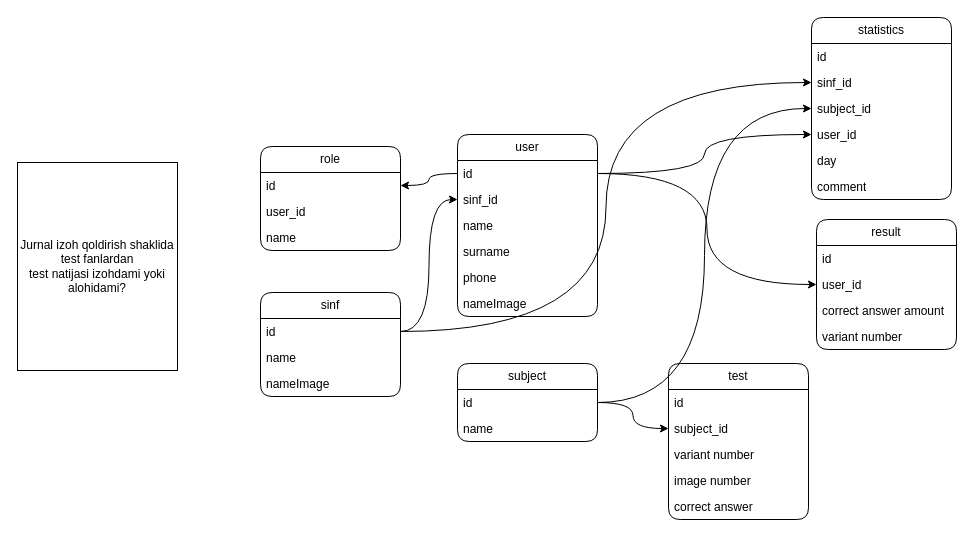
Before: Ixlos.drawio in MardonAslonov/DrawIo, a draw.io diagram. Source tidied: cells renumbered, new cells numbered last; positions are measured from the earlier drawing's top-left corner, leaving out a move shared by most shapes. Both pictures are drawn from the tidied source at 100%, with x=0, y=0 at pixel (17, 17).
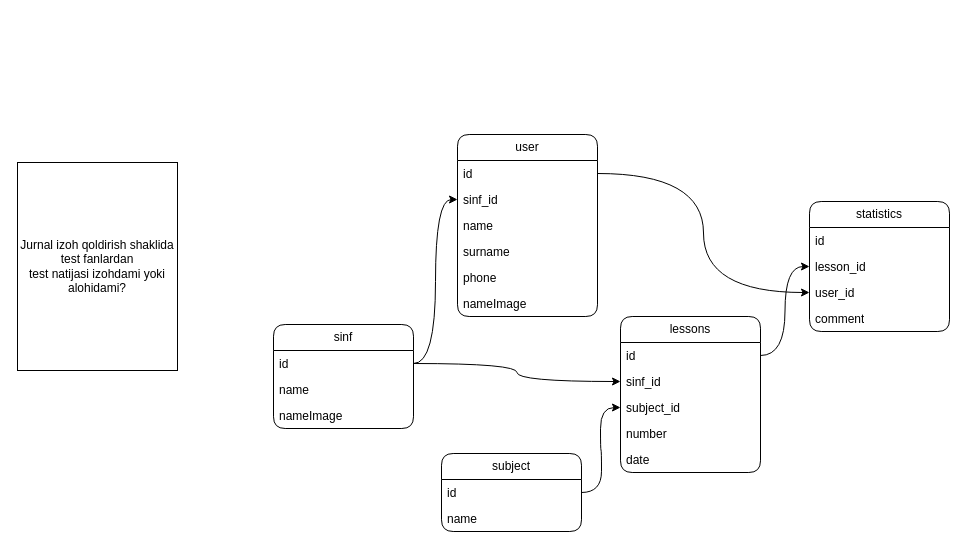
Above is the later version.

The change refers to these unchanged cells:
```xml
<mxCell id="3" value="id" style="text;strokeColor=none;fillColor=none;align=left;verticalAlign=top;spacingLeft=4;spacingRight=4;overflow=hidden;points=[[0,0.5],[1,0.5]];portConstraint=eastwest;whiteSpace=wrap;html=1;" parent="2" vertex="1">
  <mxGeometry y="26" width="140" height="26" as="geometry" />
</mxCell>
<mxCell id="39" value="id" style="text;strokeColor=none;fillColor=none;align=left;verticalAlign=top;spacingLeft=4;spacingRight=4;overflow=hidden;points=[[0,0.5],[1,0.5]];portConstraint=eastwest;whiteSpace=wrap;html=1;" parent="38" vertex="1">
  <mxGeometry y="26" width="140" height="26" as="geometry" />
</mxCell>
```

Diff of the diagram source:
```diff
@@
     <mxCell id="10" value="statistics" style="swimlane;fontStyle=0;horizontal=1;startSize=26;fillColor=none;whiteSpace=wrap;html=1;rounded=1;shadow=0;glass=0;" parent="1" vertex="1">
-      <mxGeometry x="794" width="140" height="182" as="geometry" />
+      <mxGeometry x="792" y="184" width="140" height="130" as="geometry" />
     </mxCell>
@@
-    <mxCell id="12" value="sinf_id" style="text;strokeColor=none;fillColor=none;align=left;verticalAlign=top;spacingLeft=4;spacingRight=4;overflow=hidden;points=[[0,0.5],[1,0.5]];portConstraint=eastwest;whiteSpace=wrap;html=1;" parent="10" vertex="1">
+    <mxCell id="12" value="lesson_id" style="text;strokeColor=none;fillColor=none;align=left;verticalAlign=top;spacingLeft=4;spacingRight=4;overflow=hidden;points=[[0,0.5],[1,0.5]];portConstraint=eastwest;whiteSpace=wrap;html=1;" parent="10" vertex="1">
       <mxGeometry y="52" width="140" height="26" as="geometry" />
     </mxCell>
-    <mxCell id="13" value="subject_id" style="text;strokeColor=none;fillColor=none;align=left;verticalAlign=top;spacingLeft=4;spacingRight=4;overflow=hidden;points=[[0,0.5],[1,0.5]];portConstraint=eastwest;whiteSpace=wrap;html=1;" parent="10" vertex="1">
-      <mxGeometry y="78" width="140" height="26" as="geometry" />
-    </mxCell>
     <mxCell id="14" value="user_id" style="text;strokeColor=none;fillColor=none;align=left;verticalAlign=top;spacingLeft=4;spacingRight=4;overflow=hidden;points=[[0,0.5],[1,0.5]];portConstraint=eastwest;whiteSpace=wrap;html=1;" parent="10" vertex="1">
-      <mxGeometry y="104" width="140" height="26" as="geometry" />
+      <mxGeometry y="78" width="140" height="26" as="geometry" />
     </mxCell>
-    <mxCell id="15" value="day" style="text;strokeColor=none;fillColor=none;align=left;verticalAlign=top;spacingLeft=4;spacingRight=4;overflow=hidden;whiteSpace=wrap;html=1;" parent="10" vertex="1">
-      <mxGeometry y="130" width="140" height="26" as="geometry" />
-    </mxCell>
     <mxCell id="16" value="comment" style="text;strokeColor=none;fillColor=none;align=left;verticalAlign=top;spacingLeft=4;spacingRight=4;overflow=hidden;whiteSpace=wrap;html=1;" parent="10" vertex="1">
-      <mxGeometry y="156" width="140" height="26" as="geometry" />
+      <mxGeometry y="104" width="140" height="26" as="geometry" />
     </mxCell>
-    <mxCell id="17" style="edgeStyle=orthogonalEdgeStyle;rounded=0;jettySize=auto;html=1;curved=1;" parent="1" edge="1" source="18" target="23">
-      <mxGeometry relative="1" as="geometry" />
-    </mxCell>
     <mxCell id="18" value="subject" style="swimlane;fontStyle=0;horizontal=1;startSize=26;fillColor=none;whiteSpace=wrap;html=1;rounded=1;" parent="1" vertex="1">
-      <mxGeometry x="440" y="346" width="140" height="78" as="geometry" />
+      <mxGeometry x="424" y="436" width="140" height="78" as="geometry" />
     </mxCell>
@@
-    <mxCell id="21" value="test" style="swimlane;fontStyle=0;horizontal=1;startSize=26;fillColor=none;whiteSpace=wrap;html=1;rounded=1;" parent="1" vertex="1">
-      <mxGeometry x="651" y="346" width="140" height="156" as="geometry" />
-    </mxCell>
-    <mxCell id="22" value="id" style="text;strokeColor=none;fillColor=none;align=left;verticalAlign=top;spacingLeft=4;spacingRight=4;overflow=hidden;whiteSpace=wrap;html=1;" parent="21" vertex="1">
-      <mxGeometry y="26" width="140" height="26" as="geometry" />
-    </mxCell>
-    <mxCell id="23" value="subject_id" style="text;strokeColor=none;fillColor=none;align=left;verticalAlign=top;spacingLeft=4;spacingRight=4;overflow=hidden;points=[[0,0.5],[1,0.5]];portConstraint=eastwest;whiteSpace=wrap;html=1;" parent="21" vertex="1">
-      <mxGeometry y="52" width="140" height="26" as="geometry" />
-    </mxCell>
-    <mxCell id="24" value="variant number" style="text;strokeColor=none;fillColor=none;align=left;verticalAlign=top;spacingLeft=4;spacingRight=4;overflow=hidden;whiteSpace=wrap;html=1;" parent="21" vertex="1">
-      <mxGeometry y="78" width="140" height="26" as="geometry" />
-    </mxCell>
-    <mxCell id="25" value="image number" style="text;strokeColor=none;fillColor=none;align=left;verticalAlign=top;spacingLeft=4;spacingRight=4;overflow=hidden;whiteSpace=wrap;html=1;" parent="21" vertex="1">
-      <mxGeometry y="104" width="140" height="26" as="geometry" />
-    </mxCell>
-    <mxCell id="26" value="correct answer" style="text;strokeColor=none;fillColor=none;align=left;verticalAlign=top;spacingLeft=4;spacingRight=4;overflow=hidden;whiteSpace=wrap;html=1;" parent="21" vertex="1">
-      <mxGeometry y="130" width="140" height="26" as="geometry" />
-    </mxCell>
-    <mxCell id="27" value="result" style="swimlane;fontStyle=0;horizontal=1;startSize=26;fillColor=none;whiteSpace=wrap;html=1;rounded=1;" parent="1" vertex="1">
-      <mxGeometry x="799" y="202" width="140" height="130" as="geometry" />
-    </mxCell>
-    <mxCell id="28" value="id" style="text;strokeColor=none;fillColor=none;align=left;verticalAlign=top;spacingLeft=4;spacingRight=4;overflow=hidden;whiteSpace=wrap;html=1;" parent="27" vertex="1">
-      <mxGeometry y="26" width="140" height="26" as="geometry" />
-    </mxCell>
-    <mxCell id="29" value="user_id" style="text;strokeColor=none;fillColor=none;align=left;verticalAlign=top;spacingLeft=4;spacingRight=4;overflow=hidden;points=[[0,0.5],[1,0.5]];portConstraint=eastwest;whiteSpace=wrap;html=1;" parent="27" vertex="1">
-      <mxGeometry y="52" width="140" height="26" as="geometry" />
-    </mxCell>
-    <mxCell id="30" value="correct answer amount" style="text;strokeColor=none;fillColor=none;align=left;verticalAlign=top;spacingLeft=4;spacingRight=4;overflow=hidden;whiteSpace=wrap;html=1;" parent="27" vertex="1">
-      <mxGeometry y="78" width="140" height="26" as="geometry" />
-    </mxCell>
-    <mxCell id="31" value="variant number" style="text;strokeColor=none;fillColor=none;align=left;verticalAlign=top;spacingLeft=4;spacingRight=4;overflow=hidden;whiteSpace=wrap;html=1;" parent="27" vertex="1">
-      <mxGeometry y="104" width="140" height="26" as="geometry" />
-    </mxCell>
-    <mxCell id="32" style="edgeStyle=orthogonalEdgeStyle;rounded=0;jettySize=auto;html=1;entryX=0;entryY=0.5;entryDx=0;entryDy=0;curved=1;" parent="1" edge="1" source="3" target="29">
-      <mxGeometry relative="1" as="geometry" />
-    </mxCell>
-    <mxCell id="33" value="role" style="swimlane;fontStyle=0;horizontal=1;startSize=26;fillColor=none;whiteSpace=wrap;html=1;rounded=1;" parent="1" vertex="1">
-      <mxGeometry x="243" y="129" width="140" height="104" as="geometry" />
-    </mxCell>
-    <mxCell id="34" value="id" style="text;strokeColor=none;fillColor=none;align=left;verticalAlign=top;spacingLeft=4;spacingRight=4;overflow=hidden;points=[[0,0.5],[1,0.5]];portConstraint=eastwest;whiteSpace=wrap;html=1;" parent="33" vertex="1">
-      <mxGeometry y="26" width="140" height="26" as="geometry" />
-    </mxCell>
-    <mxCell id="35" value="user_id" style="text;strokeColor=none;fillColor=none;align=left;verticalAlign=top;spacingLeft=4;spacingRight=4;overflow=hidden;whiteSpace=wrap;html=1;" parent="33" vertex="1">
-      <mxGeometry y="52" width="140" height="26" as="geometry" />
-    </mxCell>
-    <mxCell id="36" value="name" style="text;strokeColor=none;fillColor=none;align=left;verticalAlign=top;spacingLeft=4;spacingRight=4;overflow=hidden;whiteSpace=wrap;html=1;" parent="33" vertex="1">
-      <mxGeometry y="78" width="140" height="26" as="geometry" />
-    </mxCell>
-    <mxCell id="37" style="edgeStyle=orthogonalEdgeStyle;rounded=0;jettySize=auto;html=1;entryX=1;entryY=0.5;entryDx=0;entryDy=0;curved=1;" parent="1" edge="1" source="3" target="34">
-      <mxGeometry relative="1" as="geometry" />
-    </mxCell>
     <mxCell id="38" value="sinf" style="swimlane;fontStyle=0;horizontal=1;startSize=26;fillColor=none;whiteSpace=wrap;html=1;rounded=1;" parent="1" vertex="1">
-      <mxGeometry x="243" y="275" width="140" height="104" as="geometry" />
+      <mxGeometry x="256" y="307" width="140" height="104" as="geometry" />
     </mxCell>
@@
-    <mxCell id="45" style="edgeStyle=orthogonalEdgeStyle;rounded=0;jettySize=auto;html=1;entryX=0;entryY=0.5;entryDx=0;entryDy=0;curved=1;" parent="1" edge="1" source="39" target="12">
+    <mxCell id="45" style="edgeStyle=orthogonalEdgeStyle;rounded=0;jettySize=auto;html=1;entryX=0;entryY=0.5;entryDx=0;entryDy=0;curved=1;" parent="1" edge="1" source="39" target="48">
       <mxGeometry relative="1" as="geometry" />
     </mxCell>
+    <mxCell id="46" value="lessons" style="swimlane;fontStyle=0;horizontal=1;startSize=26;fillColor=none;whiteSpace=wrap;html=1;rounded=1;" parent="1" vertex="1">
+      <mxGeometry x="603" y="299" width="140" height="156" as="geometry" />
+    </mxCell>
+    <mxCell id="47" value="id" style="text;strokeColor=none;fillColor=none;align=left;verticalAlign=top;spacingLeft=4;spacingRight=4;overflow=hidden;points=[[0,0.5],[1,0.5]];portConstraint=eastwest;whiteSpace=wrap;html=1;" parent="46" vertex="1">
+      <mxGeometry y="26" width="140" height="26" as="geometry" />
+    </mxCell>
+    <mxCell id="48" value="sinf_id" style="text;strokeColor=none;fillColor=none;align=left;verticalAlign=top;spacingLeft=4;spacingRight=4;overflow=hidden;points=[[0,0.5],[1,0.5]];portConstraint=eastwest;whiteSpace=wrap;html=1;" parent="46" vertex="1">
+      <mxGeometry y="52" width="140" height="26" as="geometry" />
+    </mxCell>
+    <mxCell id="13" value="subject_id" style="text;strokeColor=none;fillColor=none;align=left;verticalAlign=top;spacingLeft=4;spacingRight=4;overflow=hidden;points=[[0,0.5],[1,0.5]];portConstraint=eastwest;whiteSpace=wrap;html=1;" parent="46" vertex="1">
+      <mxGeometry y="78" width="140" height="26" as="geometry" />
+    </mxCell>
+    <mxCell id="49" value="number" style="text;strokeColor=none;fillColor=none;align=left;verticalAlign=top;spacingLeft=4;spacingRight=4;overflow=hidden;whiteSpace=wrap;html=1;" parent="46" vertex="1">
+      <mxGeometry y="104" width="140" height="26" as="geometry" />
+    </mxCell>
+    <mxCell id="50" value="date" style="text;strokeColor=none;fillColor=none;align=left;verticalAlign=top;spacingLeft=4;spacingRight=4;overflow=hidden;whiteSpace=wrap;html=1;" parent="46" vertex="1">
+      <mxGeometry y="130" width="140" height="26" as="geometry" />
+    </mxCell>
+    <mxCell id="51" style="edgeStyle=orthogonalEdgeStyle;rounded=0;jettySize=auto;html=1;entryX=0;entryY=0.5;entryDx=0;entryDy=0;curved=1;" parent="1" edge="1" source="47" target="12">
+      <mxGeometry relative="1" as="geometry" />
+    </mxCell>
```
